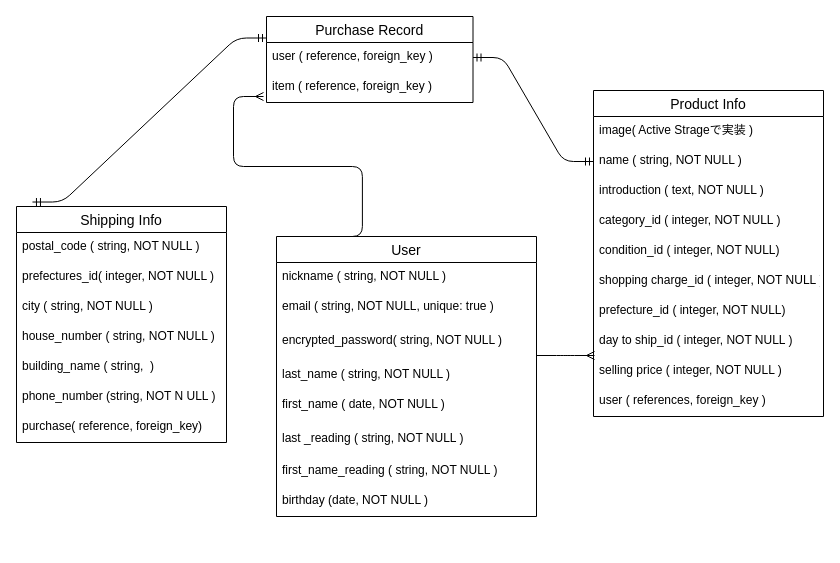
Before: app/views/furima.dio in miyazakisayaka7/furima-35258, a draw.io diagram. Source tidied: cells renumbered, new cells numbered last; positions are measured from the earlier drawing's top-left corner, leaving out a move shared by most shapes. Both pictures are drawn from the tidied source at 100%, with x=0, y=0 at pixel (16, 16).
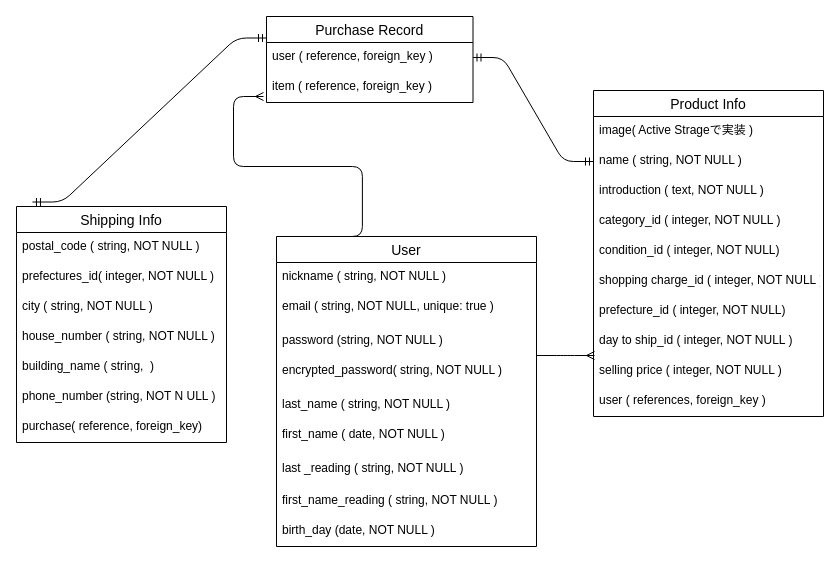
The same diagram, later.

What changed in the source:
```diff
@@
     <mxCell id="24" value="User" style="swimlane;fontStyle=0;horizontal=1;startSize=26;align=center;fontSize=14;rounded=0;sketch=0;" parent="1" vertex="1">
-      <mxGeometry x="260" y="220" width="260" height="280" as="geometry" />
+      <mxGeometry x="260" y="220" width="260" height="310" as="geometry" />
     </mxCell>
@@
+    <mxCell id="38" value="password (string, NOT NULL )" style="text;strokeColor=none;fillColor=none;spacingLeft=4;spacingRight=4;overflow=hidden;fontSize=12;" parent="24" vertex="1">
+      <mxGeometry y="90" width="260" height="30" as="geometry" />
+    </mxCell>
     <mxCell id="27" value="encrypted_password( string, NOT NULL )" style="text;strokeColor=none;fillColor=none;spacingLeft=4;spacingRight=4;overflow=hidden;fontSize=12;" parent="24" vertex="1">
-      <mxGeometry y="90" width="260" height="34" as="geometry" />
+      <mxGeometry y="120" width="260" height="34" as="geometry" />
     </mxCell>
     <mxCell id="28" value="last_name ( string, NOT NULL )&#10;" style="text;strokeColor=none;fillColor=none;spacingLeft=4;spacingRight=4;overflow=hidden;fontSize=12;" parent="24" vertex="1">
-      <mxGeometry y="124" width="260" height="30" as="geometry" />
+      <mxGeometry y="154" width="260" height="30" as="geometry" />
     </mxCell>
     <mxCell id="29" value="first_name ( date, NOT NULL )" style="text;strokeColor=none;fillColor=none;spacingLeft=4;spacingRight=4;overflow=hidden;fontSize=12;" parent="24" vertex="1">
-      <mxGeometry y="154" width="260" height="34" as="geometry" />
+      <mxGeometry y="184" width="260" height="34" as="geometry" />
     </mxCell>
     <mxCell id="30" value="last _reading ( string, NOT NULL )" style="text;strokeColor=none;fillColor=none;spacingLeft=4;spacingRight=4;overflow=hidden;fontSize=12;" parent="24" vertex="1">
-      <mxGeometry y="188" width="260" height="32" as="geometry" />
+      <mxGeometry y="218" width="260" height="32" as="geometry" />
     </mxCell>
     <mxCell id="31" value="first_name_reading ( string, NOT NULL )" style="text;strokeColor=none;fillColor=none;spacingLeft=4;spacingRight=4;overflow=hidden;fontSize=12;" parent="24" vertex="1">
-      <mxGeometry y="220" width="260" height="30" as="geometry" />
+      <mxGeometry y="250" width="260" height="30" as="geometry" />
     </mxCell>
-    <mxCell id="32" value="birthday (date, NOT NULL )" style="text;strokeColor=none;fillColor=none;spacingLeft=4;spacingRight=4;overflow=hidden;fontSize=12;" parent="24" vertex="1">
-      <mxGeometry y="250" width="260" height="30" as="geometry" />
+    <mxCell id="32" value="birth_day (date, NOT NULL )" style="text;strokeColor=none;fillColor=none;spacingLeft=4;spacingRight=4;overflow=hidden;fontSize=12;" parent="24" vertex="1">
+      <mxGeometry y="280" width="260" height="30" as="geometry" />
     </mxCell>
```
